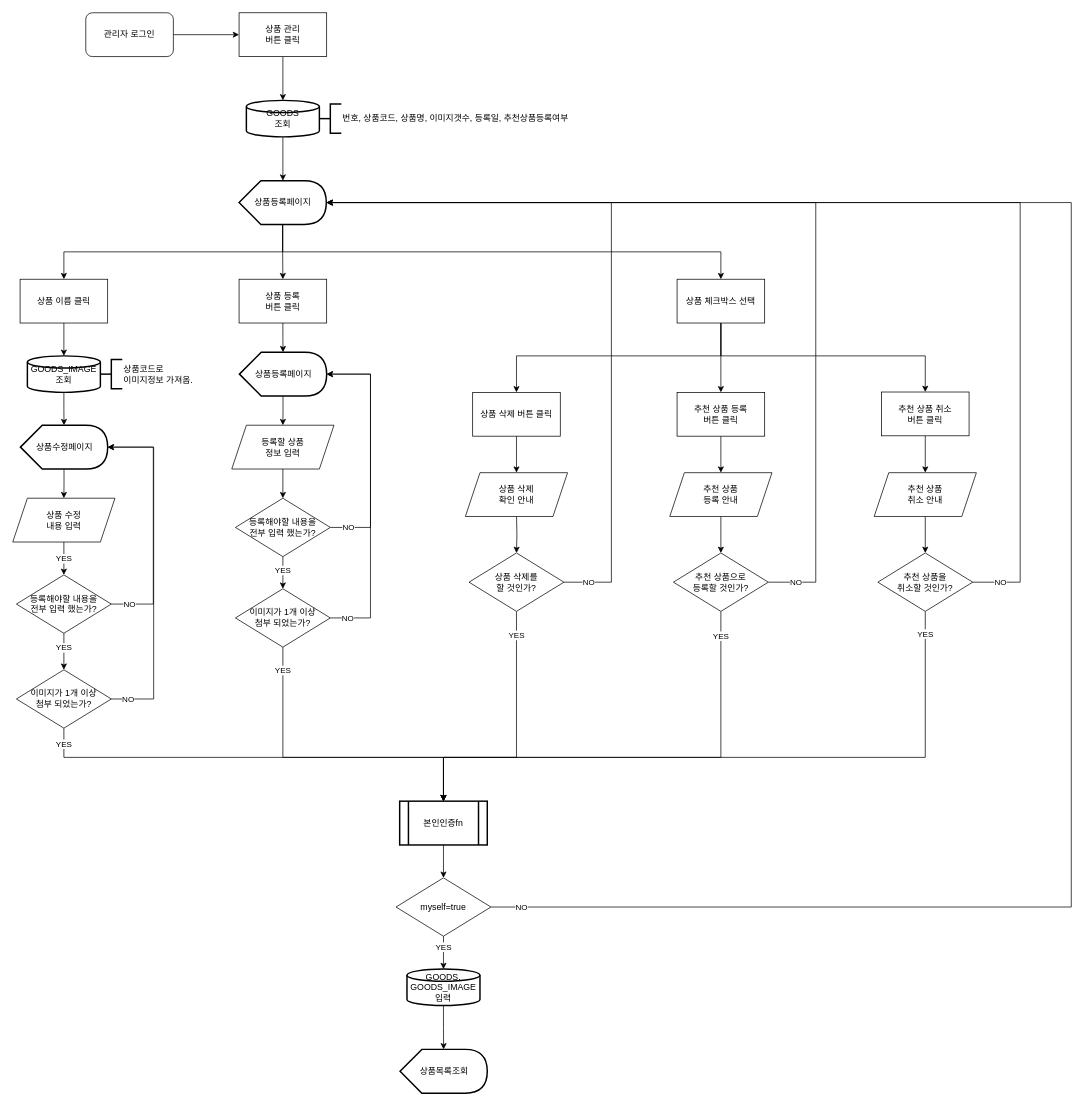
Before: page "상품관리" (3 of 5) of 플로우차트/flowchart.drawio in stoveon/TEAM_PROJECT, a draw.io diagram. Source tidied: cells renumbered, new cells numbered last; positions are measured from the earlier drawing's top-left corner, leaving out a move shared by most shapes. Both pictures are drawn from the tidied source at 73%, with x=0, y=0 at pixel (12, 12).
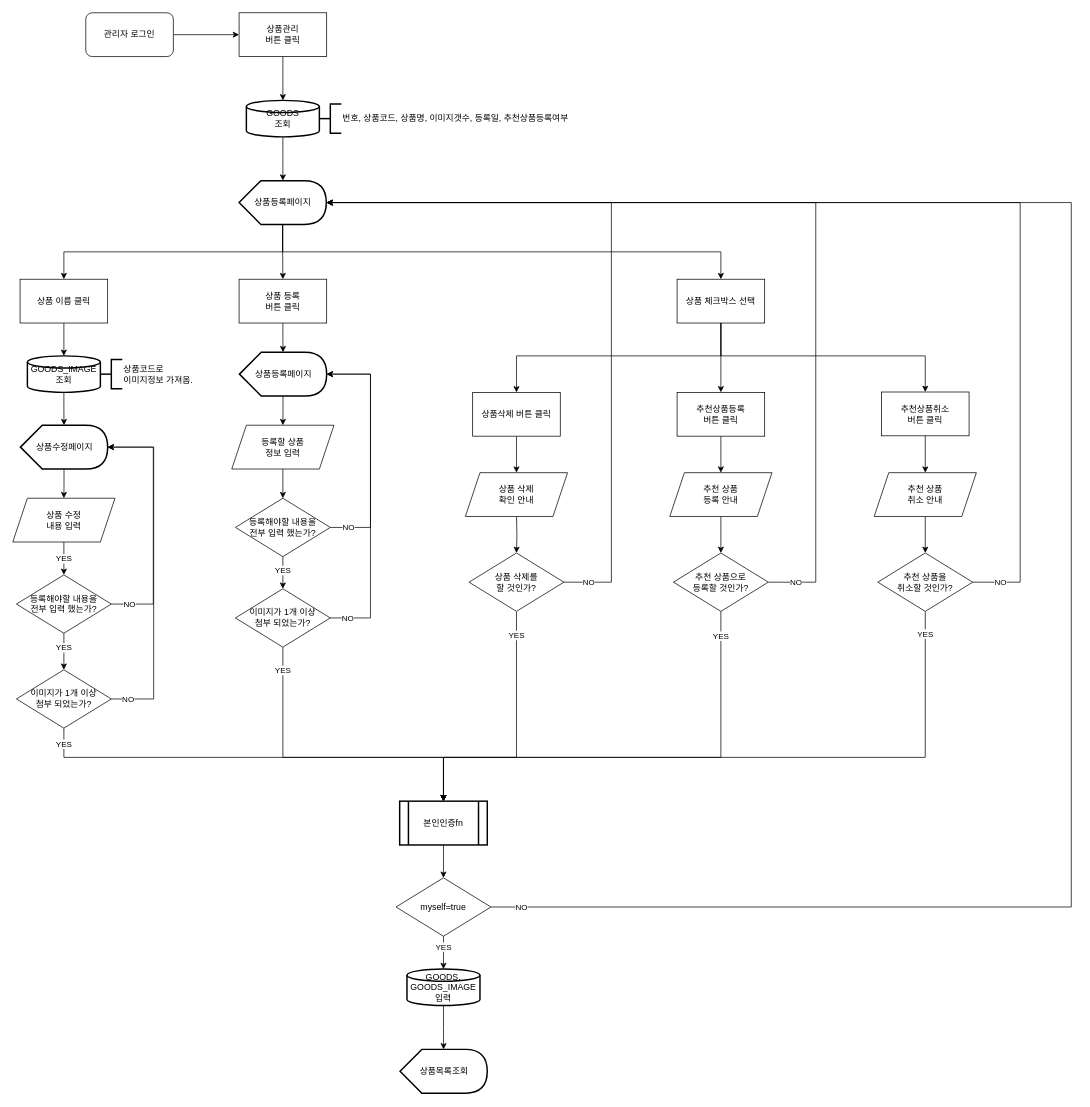
After the change.

Change to the diagram source:
```diff
@@
-    <mxCell id="4" value="&lt;span&gt;상품 관리&lt;br&gt;버튼 클릭&lt;/span&gt;" style="rounded=0;whiteSpace=wrap;html=1;" parent="1" vertex="1">
+    <mxCell id="4" value="&lt;span&gt;상품관리&lt;br&gt;버튼 클릭&lt;/span&gt;" style="rounded=0;whiteSpace=wrap;html=1;" parent="1" vertex="1">
       <mxGeometry x="310" width="120" height="60" as="geometry" />
     </mxCell>
@@
-    <mxCell id="20" value="상품 삭제 버튼 클릭" style="rounded=0;whiteSpace=wrap;html=1;" parent="1" vertex="1">
+    <mxCell id="20" value="상품삭제 버튼 클릭" style="rounded=0;whiteSpace=wrap;html=1;" parent="1" vertex="1">
       <mxGeometry x="630" y="520" width="120" height="60" as="geometry" />
     </mxCell>
@@
-    <mxCell id="40" value="추천 상품 등록&lt;br&gt;버튼 클릭" style="rounded=0;whiteSpace=wrap;html=1;" parent="1" vertex="1">
+    <mxCell id="40" value="추천상품등록&lt;br&gt;버튼 클릭" style="rounded=0;whiteSpace=wrap;html=1;" parent="1" vertex="1">
       <mxGeometry x="910" y="520" width="120" height="60" as="geometry" />
     </mxCell>
@@
-    <mxCell id="42" value="추천 상품 취소&lt;br&gt;버튼 클릭" style="rounded=0;whiteSpace=wrap;html=1;" parent="1" vertex="1">
+    <mxCell id="42" value="추천상품취소&lt;br&gt;버튼 클릭" style="rounded=0;whiteSpace=wrap;html=1;" parent="1" vertex="1">
       <mxGeometry x="1190" y="519.5" width="120" height="60" as="geometry" />
     </mxCell>
```
